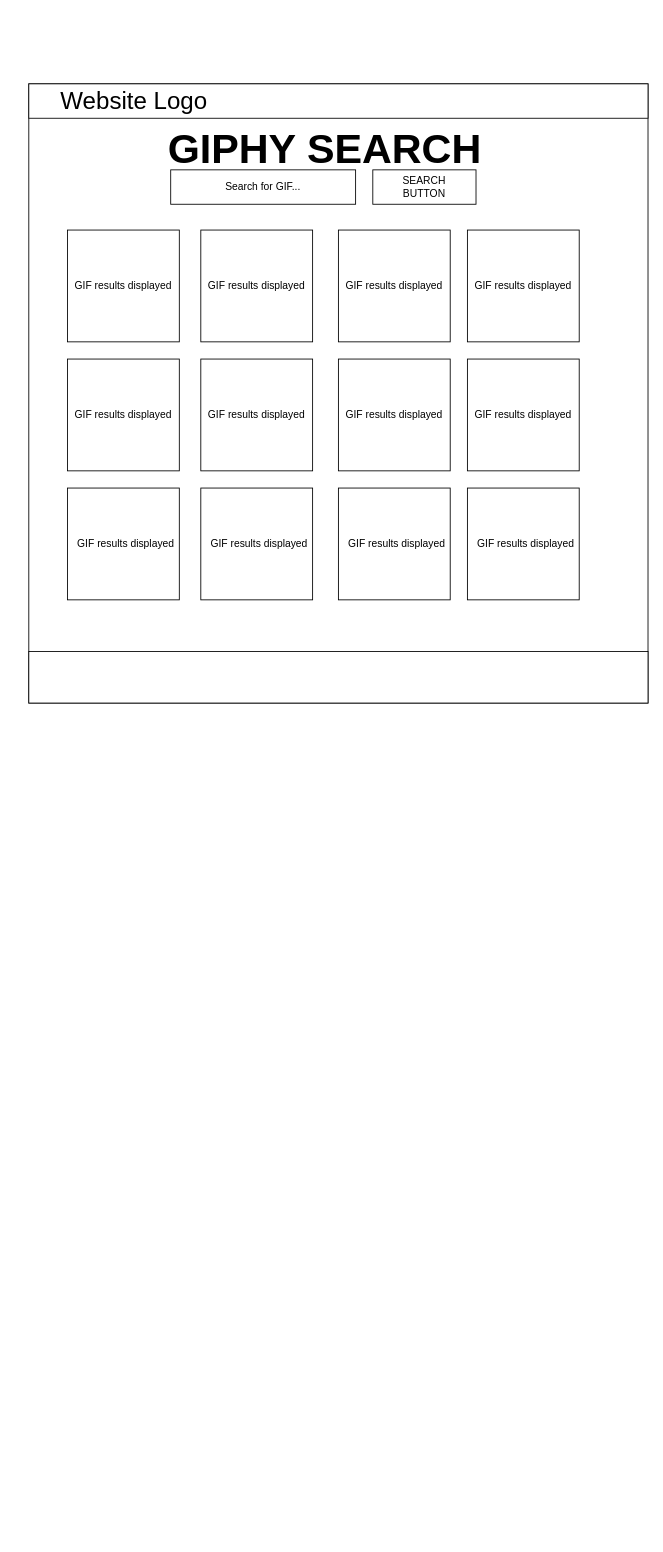
This is Untitled Diagram.drawio from kaywig15/Project_2, a draw.io file, before an edit. Source tidied: cells renumbered, new cells numbered last; positions are measured from the earlier drawing's top-left corner, leaving out a move shared by most shapes. Both pictures are drawn from the tidied source at 86%, with x=0, y=0 at pixel (28, 83).
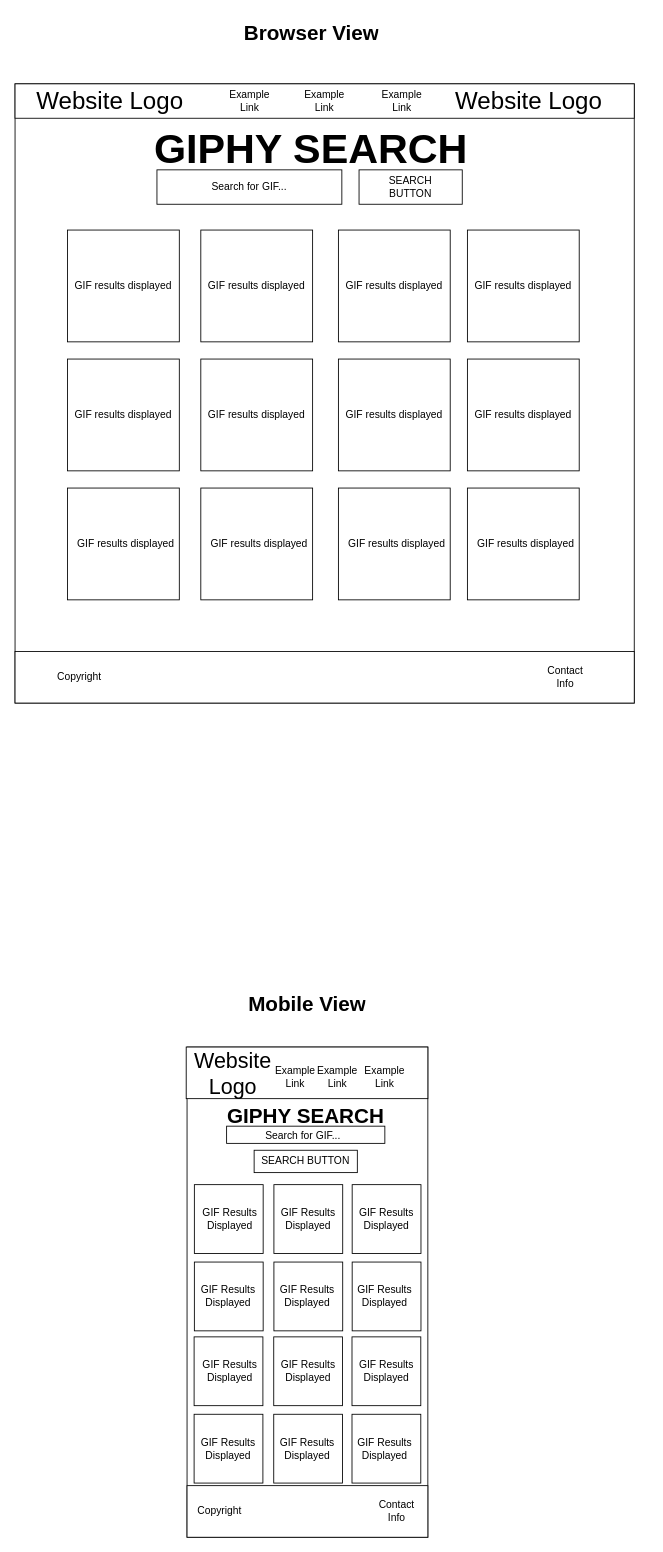
Above is the later version.

What changed in the source:
```diff
@@
     <mxCell id="2" style="whiteSpace=wrap;html=1;" parent="1" vertex="1">
-      <mxGeometry width="720" height="720" as="geometry" />
+      <mxGeometry x="-16" width="720" height="720" as="geometry" />
     </mxCell>
     <mxCell id="3" style="rounded=0;whiteSpace=wrap;html=1;" parent="1" vertex="1">
-      <mxGeometry width="720" height="40" as="geometry" />
+      <mxGeometry x="-16" width="720" height="40" as="geometry" />
     </mxCell>
     <mxCell id="4" style="rounded=0;whiteSpace=wrap;html=1;" parent="1" vertex="1">
-      <mxGeometry y="660" width="720" height="60" as="geometry" />
+      <mxGeometry x="-16" y="660" width="720" height="60" as="geometry" />
     </mxCell>
     <mxCell id="5" value="&lt;h1 style=&quot;margin-top: 0px; font-size: 48px;&quot;&gt;GIPHY SEARCH&lt;/h1&gt;" style="text;html=1;whiteSpace=wrap;overflow=hidden;rounded=0;" parent="1" vertex="1">
-      <mxGeometry x="160" y="40" width="370" height="60" as="geometry" />
+      <mxGeometry x="144" y="40" width="370" height="60" as="geometry" />
     </mxCell>
     <mxCell id="6" style="rounded=0;whiteSpace=wrap;html=1;" parent="1" vertex="1">
-      <mxGeometry x="165" y="100" width="215" height="40" as="geometry" />
+      <mxGeometry x="149" y="100" width="215" height="40" as="geometry" />
     </mxCell>
     <mxCell id="7" value="Search for GIF..." style="text;html=1;align=center;verticalAlign=middle;whiteSpace=wrap;rounded=0;" parent="1" vertex="1">
-      <mxGeometry x="175" y="105" width="195" height="30" as="geometry" />
+      <mxGeometry x="159" y="105" width="195" height="30" as="geometry" />
     </mxCell>
     <mxCell id="8" style="rounded=0;whiteSpace=wrap;html=1;" parent="1" vertex="1">
-      <mxGeometry x="400" y="100" width="120" height="40" as="geometry" />
+      <mxGeometry x="384" y="100" width="120" height="40" as="geometry" />
     </mxCell>
     <mxCell id="9" value="SEARCH BUTTON" style="text;html=1;align=center;verticalAlign=middle;whiteSpace=wrap;rounded=0;" parent="1" vertex="1">
-      <mxGeometry x="430" y="105" width="60" height="30" as="geometry" />
+      <mxGeometry x="414" y="105" width="60" height="30" as="geometry" />
     </mxCell>
@@
     <mxCell id="34" value="Website Logo" style="text;html=1;align=center;verticalAlign=middle;whiteSpace=wrap;rounded=0;fontSize=28;" parent="1" vertex="1">
-      <mxGeometry x="25" width="195" height="40" as="geometry" />
+      <mxGeometry x="-3.5" width="195" height="40" as="geometry" />
     </mxCell>
+    <mxCell id="35" value="Example Link" style="text;html=1;align=center;verticalAlign=middle;whiteSpace=wrap;rounded=0;" parent="1" vertex="1">
+      <mxGeometry x="226.5" y="5" width="60" height="30" as="geometry" />
+    </mxCell>
+    <mxCell id="36" value="Example Link" style="text;html=1;align=center;verticalAlign=middle;whiteSpace=wrap;rounded=0;" parent="1" vertex="1">
+      <mxGeometry x="314" y="5" width="60" height="30" as="geometry" />
+    </mxCell>
+    <mxCell id="37" value="Example Link" style="text;html=1;align=center;verticalAlign=middle;whiteSpace=wrap;rounded=0;" parent="1" vertex="1">
+      <mxGeometry x="404" y="5" width="60" height="30" as="geometry" />
+    </mxCell>
+    <mxCell id="38" value="Website Logo" style="text;html=1;align=center;verticalAlign=middle;whiteSpace=wrap;rounded=0;fontSize=28;" parent="1" vertex="1">
+      <mxGeometry x="484" width="195" height="40" as="geometry" />
+    </mxCell>
+    <mxCell id="39" value="Copyright" style="text;html=1;align=center;verticalAlign=middle;whiteSpace=wrap;rounded=0;" parent="1" vertex="1">
+      <mxGeometry x="29" y="675" width="60" height="30" as="geometry" />
+    </mxCell>
+    <mxCell id="40" value="Contact Info" style="text;html=1;align=center;verticalAlign=middle;whiteSpace=wrap;rounded=0;" parent="1" vertex="1">
+      <mxGeometry x="594" y="675" width="60" height="30" as="geometry" />
+    </mxCell>
+    <mxCell id="41" value="&lt;h1 style=&quot;margin-top: 0px;&quot;&gt;Browser View&lt;/h1&gt;" style="text;html=1;whiteSpace=wrap;overflow=hidden;rounded=0;align=center;" parent="1" vertex="1">
+      <mxGeometry x="239" y="-80" width="180" height="50" as="geometry" />
+    </mxCell>
+    <mxCell id="42" style="rounded=0;whiteSpace=wrap;html=1;" parent="1" vertex="1">
+      <mxGeometry x="184" y="1120" width="280" height="570" as="geometry" />
+    </mxCell>
+    <mxCell id="43" value="&lt;h1 style=&quot;margin-top: 0px;&quot;&gt;Mobile View&lt;/h1&gt;" style="text;html=1;whiteSpace=wrap;overflow=hidden;rounded=0;align=center;" parent="1" vertex="1">
+      <mxGeometry x="234" y="1050" width="180" height="40" as="geometry" />
+    </mxCell>
+    <mxCell id="44" style="rounded=0;whiteSpace=wrap;html=1;" parent="1" vertex="1">
+      <mxGeometry x="183" y="1120" width="281" height="60" as="geometry" />
+    </mxCell>
+    <mxCell id="45" value="&lt;font style=&quot;font-size: 25px;&quot;&gt;Website Logo&lt;/font&gt;" style="text;html=1;align=center;verticalAlign=middle;whiteSpace=wrap;rounded=0;fontSize=25;" parent="1" vertex="1">
+      <mxGeometry x="187.5" y="1130" width="99" height="40" as="geometry" />
+    </mxCell>
+    <mxCell id="46" value="Example Link" style="text;html=1;align=center;verticalAlign=middle;whiteSpace=wrap;rounded=0;" parent="1" vertex="1">
+      <mxGeometry x="280" y="1140" width="60" height="30" as="geometry" />
+    </mxCell>
+    <mxCell id="47" value="Example Link" style="text;html=1;align=center;verticalAlign=middle;whiteSpace=wrap;rounded=0;" parent="1" vertex="1">
+      <mxGeometry x="329" y="1140" width="60" height="30" as="geometry" />
+    </mxCell>
+    <mxCell id="48" value="Example Link" style="text;html=1;align=center;verticalAlign=middle;whiteSpace=wrap;rounded=0;" parent="1" vertex="1">
+      <mxGeometry x="384" y="1140" width="60" height="30" as="geometry" />
+    </mxCell>
+    <mxCell id="49" style="whiteSpace=wrap;html=1;" parent="1" vertex="1">
+      <mxGeometry x="192.5" y="1280" width="80" height="80" as="geometry" />
+    </mxCell>
+    <mxCell id="50" style="whiteSpace=wrap;html=1;" parent="1" vertex="1">
+      <mxGeometry x="285" y="1280" width="80" height="80" as="geometry" />
+    </mxCell>
+    <mxCell id="51" style="whiteSpace=wrap;html=1;" parent="1" vertex="1">
+      <mxGeometry x="376" y="1280" width="80" height="80" as="geometry" />
+    </mxCell>
+    <mxCell id="52" style="whiteSpace=wrap;html=1;" parent="1" vertex="1">
+      <mxGeometry x="192.5" y="1370" width="80" height="80" as="geometry" />
+    </mxCell>
+    <mxCell id="53" style="whiteSpace=wrap;html=1;" parent="1" vertex="1">
+      <mxGeometry x="285" y="1370" width="80" height="80" as="geometry" />
+    </mxCell>
+    <mxCell id="54" style="whiteSpace=wrap;html=1;" parent="1" vertex="1">
+      <mxGeometry x="376" y="1370" width="80" height="80" as="geometry" />
+    </mxCell>
+    <mxCell id="55" style="whiteSpace=wrap;html=1;" parent="1" vertex="1">
+      <mxGeometry x="192.2" y="1457" width="80" height="80" as="geometry" />
+    </mxCell>
+    <mxCell id="56" style="whiteSpace=wrap;html=1;" parent="1" vertex="1">
+      <mxGeometry x="284.8" y="1457" width="80" height="80" as="geometry" />
+    </mxCell>
+    <mxCell id="57" style="whiteSpace=wrap;html=1;" parent="1" vertex="1">
+      <mxGeometry x="375.8" y="1457" width="80" height="80" as="geometry" />
+    </mxCell>
+    <mxCell id="58" style="whiteSpace=wrap;html=1;" parent="1" vertex="1">
+      <mxGeometry x="192.2" y="1547" width="80" height="80" as="geometry" />
+    </mxCell>
+    <mxCell id="59" style="whiteSpace=wrap;html=1;" parent="1" vertex="1">
+      <mxGeometry x="284.8" y="1547" width="80" height="80" as="geometry" />
+    </mxCell>
+    <mxCell id="60" style="whiteSpace=wrap;html=1;" parent="1" vertex="1">
+      <mxGeometry x="375.8" y="1547" width="80" height="80" as="geometry" />
+    </mxCell>
+    <mxCell id="61" style="rounded=0;whiteSpace=wrap;html=1;" parent="1" vertex="1">
+      <mxGeometry x="184" y="1630" width="280" height="60" as="geometry" />
+    </mxCell>
+    <mxCell id="62" value="&lt;h1 style=&quot;margin-top: 0px;&quot;&gt;GIPHY SEARCH&lt;/h1&gt;" style="text;html=1;whiteSpace=wrap;overflow=hidden;rounded=0;" parent="1" vertex="1">
+      <mxGeometry x="229" y="1180" width="200" height="40" as="geometry" />
+    </mxCell>
+    <mxCell id="63" style="rounded=0;whiteSpace=wrap;html=1;" parent="1" vertex="1">
+      <mxGeometry x="230" y="1212" width="184" height="20" as="geometry" />
+    </mxCell>
+    <mxCell id="64" value="Search for GIF..." style="text;html=1;align=center;verticalAlign=middle;whiteSpace=wrap;rounded=0;" parent="1" vertex="1">
+      <mxGeometry x="224" y="1208" width="190" height="30" as="geometry" />
+    </mxCell>
+    <mxCell id="65" style="rounded=0;whiteSpace=wrap;html=1;" parent="1" vertex="1">
+      <mxGeometry x="262" y="1240" width="120" height="26" as="geometry" />
+    </mxCell>
+    <mxCell id="66" value="SEARCH BUTTON" style="text;html=1;align=center;verticalAlign=middle;whiteSpace=wrap;rounded=0;" parent="1" vertex="1">
+      <mxGeometry x="262" y="1238" width="120" height="30" as="geometry" />
+    </mxCell>
+    <mxCell id="67" value="GIF Results Displayed" style="text;html=1;align=center;verticalAlign=middle;whiteSpace=wrap;rounded=0;" parent="1" vertex="1">
+      <mxGeometry x="194" y="1280" width="80" height="80" as="geometry" />
+    </mxCell>
+    <mxCell id="68" value="GIF Results Displayed" style="text;html=1;align=center;verticalAlign=middle;whiteSpace=wrap;rounded=0;" parent="1" vertex="1">
+      <mxGeometry x="376" y="1280" width="80" height="80" as="geometry" />
+    </mxCell>
+    <mxCell id="69" value="GIF Results Displayed" style="text;html=1;align=center;verticalAlign=middle;whiteSpace=wrap;rounded=0;" parent="1" vertex="1">
+      <mxGeometry x="285" y="1280" width="80" height="80" as="geometry" />
+    </mxCell>
+    <mxCell id="70" value="GIF Results Displayed" style="text;html=1;align=center;verticalAlign=middle;whiteSpace=wrap;rounded=0;" parent="1" vertex="1">
+      <mxGeometry x="191.5" y="1370" width="80" height="80" as="geometry" />
+    </mxCell>
+    <mxCell id="71" value="GIF Results Displayed" style="text;html=1;align=center;verticalAlign=middle;whiteSpace=wrap;rounded=0;" parent="1" vertex="1">
+      <mxGeometry x="284" y="1370" width="80" height="80" as="geometry" />
+    </mxCell>
+    <mxCell id="72" value="GIF Results Displayed" style="text;html=1;align=center;verticalAlign=middle;whiteSpace=wrap;rounded=0;" parent="1" vertex="1">
+      <mxGeometry x="374" y="1370" width="80" height="80" as="geometry" />
+    </mxCell>
+    <mxCell id="73" value="GIF Results Displayed" style="text;html=1;align=center;verticalAlign=middle;whiteSpace=wrap;rounded=0;" parent="1" vertex="1">
+      <mxGeometry x="194" y="1457" width="80" height="80" as="geometry" />
+    </mxCell>
+    <mxCell id="74" value="GIF Results Displayed" style="text;html=1;align=center;verticalAlign=middle;whiteSpace=wrap;rounded=0;" parent="1" vertex="1">
+      <mxGeometry x="285" y="1457" width="80" height="80" as="geometry" />
+    </mxCell>
+    <mxCell id="75" value="GIF Results Displayed" style="text;html=1;align=center;verticalAlign=middle;whiteSpace=wrap;rounded=0;" parent="1" vertex="1">
+      <mxGeometry x="375.8" y="1457" width="80" height="80" as="geometry" />
+    </mxCell>
+    <mxCell id="76" value="GIF Results Displayed" style="text;html=1;align=center;verticalAlign=middle;whiteSpace=wrap;rounded=0;" parent="1" vertex="1">
+      <mxGeometry x="191.5" y="1547" width="80" height="80" as="geometry" />
+    </mxCell>
+    <mxCell id="77" value="GIF Results Displayed" style="text;html=1;align=center;verticalAlign=middle;whiteSpace=wrap;rounded=0;" parent="1" vertex="1">
+      <mxGeometry x="284" y="1547" width="80" height="80" as="geometry" />
+    </mxCell>
+    <mxCell id="78" value="GIF Results Displayed" style="text;html=1;align=center;verticalAlign=middle;whiteSpace=wrap;rounded=0;" parent="1" vertex="1">
+      <mxGeometry x="374" y="1547" width="80" height="80" as="geometry" />
+    </mxCell>
+    <mxCell id="79" value="Copyright" style="text;html=1;align=center;verticalAlign=middle;whiteSpace=wrap;rounded=0;" parent="1" vertex="1">
+      <mxGeometry x="191.5" y="1645" width="60" height="30" as="geometry" />
+    </mxCell>
+    <mxCell id="80" value="Contact Info" style="text;html=1;align=center;verticalAlign=middle;whiteSpace=wrap;rounded=0;" parent="1" vertex="1">
+      <mxGeometry x="398" y="1645" width="60" height="30" as="geometry" />
+    </mxCell>
```
